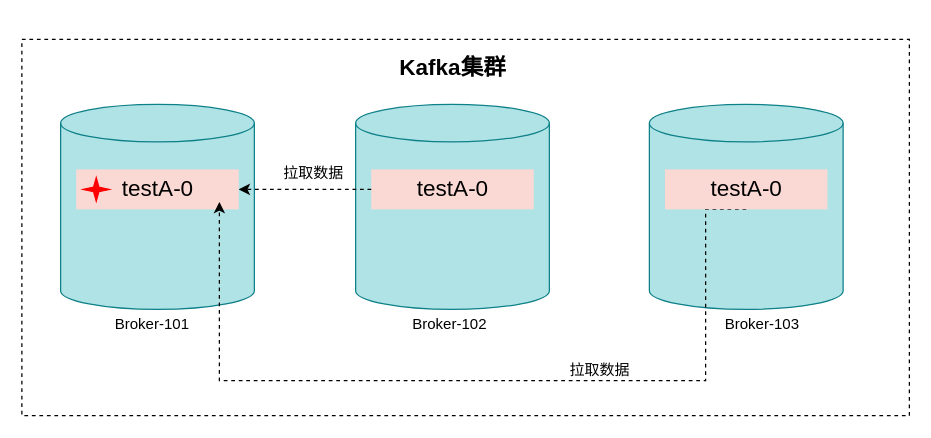
Before: page "Page-3" (3 of 4) of controller.drawio in jameslcj/myBlog, a draw.io diagram. Source tidied: cells renumbered, new cells numbered last; positions are measured from the earlier drawing's top-left corner, leaving out a move shared by most shapes. Both pictures are drawn from the tidied source at 125%, with x=0, y=0 at pixel (21, 39).
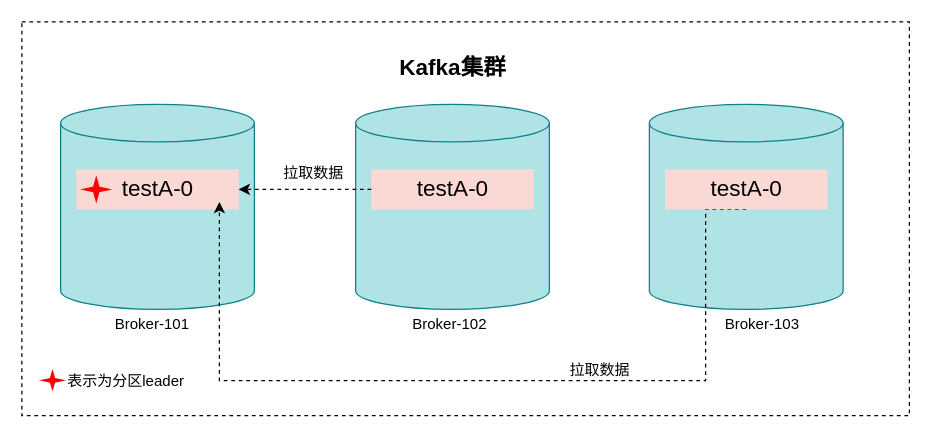
The same diagram, later.

Change to the diagram source:
```diff
@@
     <mxCell id="2" style="rounded=0;whiteSpace=wrap;html=1;fontFamily=Helvetica;fontSize=18;strokeColor=default;fillColor=none;dashed=1;" parent="1" vertex="1">
-      <mxGeometry width="710" height="301" as="geometry" />
+      <mxGeometry y="-14" width="710" height="315" as="geometry" />
     </mxCell>
@@
+    <mxCell id="18" style="verticalLabelPosition=bottom;verticalAlign=top;html=1;shape=mxgraph.basic.4_point_star_2;dx=0.8;fontFamily=Helvetica;fontSize=18;strokeColor=#FF0000;fillColor=#FF0000;" parent="1" vertex="1">
+      <mxGeometry x="16" y="265.5" width="17" height="14.5" as="geometry" />
+    </mxCell>
+    <mxCell id="19" value="表示为分区leader" style="text;html=1;strokeColor=none;fillColor=none;align=center;verticalAlign=middle;whiteSpace=wrap;rounded=0;dashed=1;fontFamily=Helvetica;fontSize=12;" parent="1" vertex="1">
+      <mxGeometry x="31" y="259" width="105" height="30" as="geometry" />
+    </mxCell>
```
